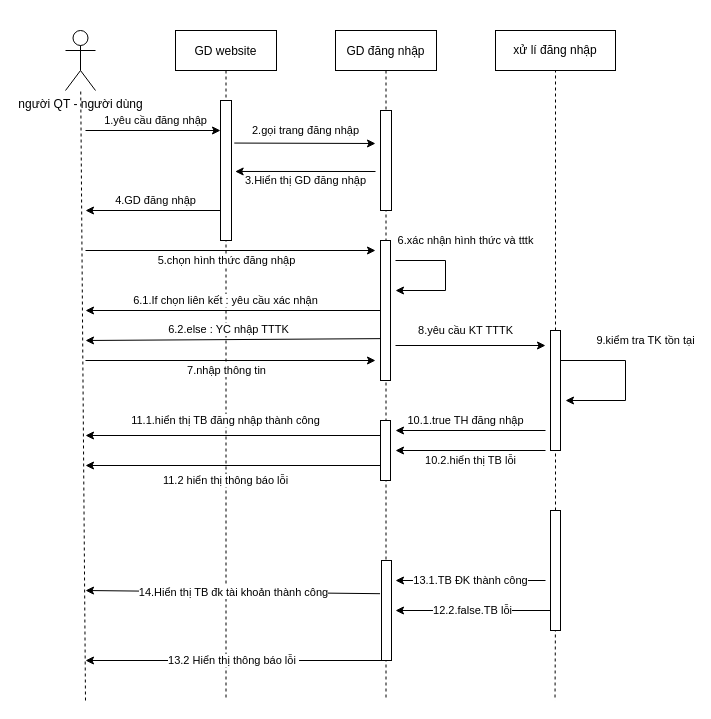
The draw.io diagram page "đăng nhập" (1 of 8) of sequnece.drawio in trucka312/diagram, before the edit. Source tidied: cells renumbered, new cells numbered last; positions are measured from the earlier drawing's top-left corner, leaving out a move shared by most shapes. Both pictures are drawn from the tidied source at 100%, with x=0, y=0 at pixel (65, 30).
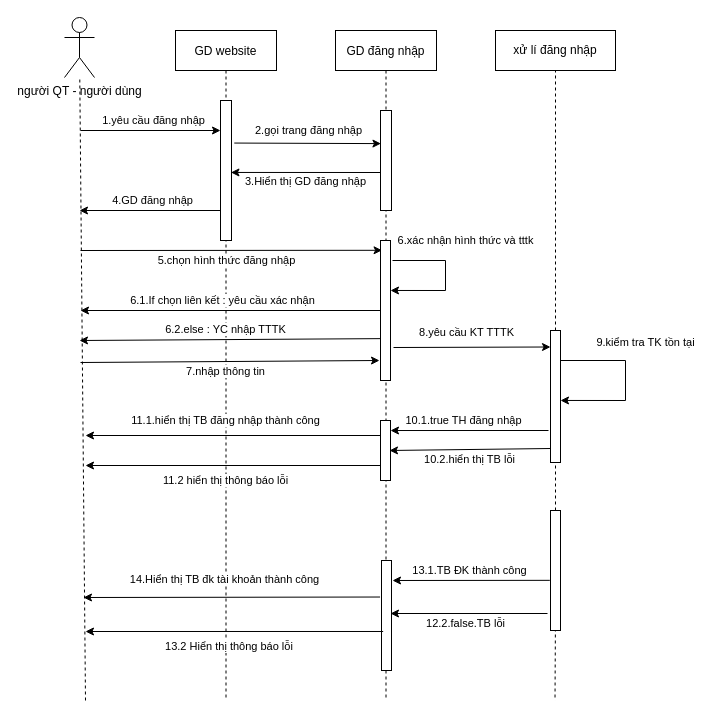
After the change.

The change refers to these unchanged cells:
```xml
<mxCell id="3" style="points=[];perimeter=orthogonalPerimeter;rounded=0;shadow=0;strokeWidth=1;" parent="2" vertex="1">
  <mxGeometry x="45" y="70" width="11" height="140" as="geometry" />
</mxCell>
<mxCell id="4" value="GD đăng nhập" style="shape=umlLifeline;perimeter=lifelinePerimeter;rounded=0;shadow=0;strokeWidth=1;" parent="1" vertex="1">
  <mxGeometry x="270" width="101" height="670" as="geometry" />
</mxCell>
<mxCell id="5" style="points=[];perimeter=orthogonalPerimeter;rounded=0;shadow=0;strokeWidth=1;" parent="4" vertex="1">
  <mxGeometry x="45" y="80" width="11" height="100" as="geometry" />
</mxCell>
<mxCell id="6" style="rounded=0;whiteSpace=wrap;html=1;" parent="4" vertex="1">
  <mxGeometry x="45" y="210" width="10" height="140" as="geometry" />
</mxCell>
<mxCell id="8" style="rounded=0;whiteSpace=wrap;html=1;" parent="4" vertex="1">
  <mxGeometry x="45" y="390" width="10" height="60" as="geometry" />
</mxCell>
<mxCell id="35" style="rounded=0;whiteSpace=wrap;html=1;" parent="1" vertex="1">
  <mxGeometry x="485" y="480" width="10" height="120" as="geometry" />
</mxCell>
```

The edit, as a diff of the source:
```diff
@@
     <mxCell id="7" style="rounded=0;whiteSpace=wrap;html=1;" parent="4" vertex="1">
-      <mxGeometry x="46" y="530" width="10" height="100" as="geometry" />
+      <mxGeometry x="46" y="530" width="10" height="110" as="geometry" />
     </mxCell>
@@
+    <mxCell id="20" value="6.xác nhận hình thức và tttk" style="endArrow=classic;html=1;rounded=0;entryX=1;entryY=0.357;entryDx=0;entryDy=0;entryPerimeter=0;" parent="4" edge="1" target="6">
+      <mxGeometry x="-0.23" y="28" relative="1" as="geometry">
+        <mxPoint x="57" y="230" as="sourcePoint" />
+        <Array as="points">
+          <mxPoint x="110" y="230" />
+          <mxPoint x="110" y="260" />
+        </Array>
+        <mxPoint x="-8" y="-20" as="offset" />
+      </mxGeometry>
+    </mxCell>
     <mxCell id="9" value="người QT - người dùng" style="shape=umlActor;verticalLabelPosition=bottom;verticalAlign=top;html=1;outlineConnect=0;" parent="1" vertex="1">
-      <mxGeometry width="30" height="60" as="geometry" />
+      <mxGeometry x="-1" y="-13" width="30" height="60" as="geometry" />
     </mxCell>
@@
     <mxCell id="11" value="1.yêu cầu đăng nhập" style="endArrow=classic;html=1;rounded=0;" parent="1" edge="1" target="3">
       <mxGeometry x="0.04" y="10" relative="1" as="geometry">
-        <mxPoint x="20" y="100" as="sourcePoint" />
+        <mxPoint x="15" y="100" as="sourcePoint" />
       </mxGeometry>
     </mxCell>
@@
-    <mxCell id="13" value="2.gọi trang đăng nhập" style="endArrow=classic;html=1;rounded=0;exitX=1.253;exitY=0.304;exitDx=0;exitDy=0;exitPerimeter=0;" parent="1" edge="1" source="3">
-      <mxGeometry x="0.01" y="13" relative="1" as="geometry">
-        <mxPoint x="310" y="113" as="targetPoint" />
-      </mxGeometry>
+    <mxCell id="13" value="2.gọi trang đăng nhập" style="endArrow=classic;html=1;rounded=0;exitX=1.253;exitY=0.304;exitDx=0;exitDy=0;exitPerimeter=0;entryX=0.041;entryY=0.331;entryDx=0;entryDy=0;entryPerimeter=0;" parent="1" edge="1" source="3" target="5">
+      <mxGeometry x="0.01" y="13" relative="1" as="geometry" />
     </mxCell>
-    <mxCell id="14" value="3.Hiển thị GD đăng nhập" style="endArrow=classic;html=1;rounded=0;entryX=1.333;entryY=0.507;entryDx=0;entryDy=0;entryPerimeter=0;" parent="1" edge="1" target="3">
-      <mxGeometry y="9" relative="1" as="geometry">
-        <mxPoint x="310" y="141" as="sourcePoint" />
-      </mxGeometry>
+    <mxCell id="14" value="3.Hiển thị GD đăng nhập" style="endArrow=classic;html=1;rounded=0;entryX=0.95;entryY=0.514;entryDx=0;entryDy=0;entryPerimeter=0;exitX=0;exitY=0.62;exitDx=0;exitDy=0;exitPerimeter=0;" parent="1" edge="1" source="5" target="3">
+      <mxGeometry y="9" relative="1" as="geometry" />
     </mxCell>
@@
     <mxCell id="16" value="4.GD đăng nhập" style="endArrow=classic;html=1;rounded=0;" parent="1" edge="1" source="3">
       <mxGeometry x="-0.04" y="-10" relative="1" as="geometry">
-        <mxPoint x="20" y="180" as="targetPoint" />
+        <mxPoint x="14" y="180" as="targetPoint" />
       </mxGeometry>
     </mxCell>
-    <mxCell id="17" value="5.chọn hình thức đăng nhập" style="endArrow=classic;html=1;rounded=0;" parent="1" edge="1">
+    <mxCell id="17" value="5.chọn hình thức đăng nhập" style="endArrow=classic;html=1;rounded=0;entryX=0.156;entryY=0.07;entryDx=0;entryDy=0;entryPerimeter=0;" parent="1" edge="1" target="6">
       <mxGeometry x="-0.03" y="-10" relative="1" as="geometry">
-        <mxPoint x="20" y="220" as="sourcePoint" />
-        <mxPoint x="310" y="220" as="targetPoint" />
+        <mxPoint x="15" y="220" as="sourcePoint" />
       </mxGeometry>
     </mxCell>
     <mxCell id="18" style="rounded=0;whiteSpace=wrap;html=1;" parent="1" vertex="1">
-      <mxGeometry x="485" y="300" width="10" height="120" as="geometry" />
+      <mxGeometry x="485" y="300" width="10" height="132" as="geometry" />
     </mxCell>
@@
-    <mxCell id="20" value="6.xác nhận hình thức và tttk" style="endArrow=classic;html=1;rounded=0;" parent="1" edge="1">
-      <mxGeometry x="-0.23" y="28" relative="1" as="geometry">
-        <mxPoint x="330" y="230" as="sourcePoint" />
-        <mxPoint x="330" y="260" as="targetPoint" />
-        <Array as="points">
-          <mxPoint x="380" y="230" />
-          <mxPoint x="380" y="260" />
-        </Array>
-        <mxPoint x="-8" y="-20" as="offset" />
-      </mxGeometry>
-    </mxCell>
-    <mxCell id="21" value="9.kiểm tra TK tồn tại" style="endArrow=classic;html=1;rounded=0;exitX=1;exitY=0.25;exitDx=0;exitDy=0;" parent="1" edge="1" source="18">
+    <mxCell id="21" value="9.kiểm tra TK tồn tại" style="endArrow=classic;html=1;rounded=0;entryX=1;entryY=0.53;entryDx=0;entryDy=0;entryPerimeter=0;" parent="1" edge="1" target="18">
       <mxGeometry x="-0.21" y="28" relative="1" as="geometry">
-        <mxPoint x="500" y="370" as="targetPoint" />
+        <mxPoint x="495" y="330" as="sourcePoint" />
         <Array as="points">
           <mxPoint x="560" y="330" />
           <mxPoint x="560" y="370" />
         </Array>
         <mxPoint x="-8" y="-20" as="offset" />
       </mxGeometry>
     </mxCell>
-    <mxCell id="22" value="8.yêu cầu KT TTTK" style="endArrow=classic;html=1;rounded=0;" parent="1" edge="1">
+    <mxCell id="22" value="8.yêu cầu KT TTTK" style="endArrow=classic;html=1;rounded=0;entryX=0;entryY=0.125;entryDx=0;entryDy=0;entryPerimeter=0;" parent="1" edge="1" target="18">
       <mxGeometry x="-0.07" y="15" relative="1" as="geometry">
-        <mxPoint x="330" y="315" as="sourcePoint" />
-        <mxPoint x="480" y="315" as="targetPoint" />
+        <mxPoint x="328" y="317" as="sourcePoint" />
       </mxGeometry>
     </mxCell>
-    <mxCell id="23" value="10.1.true TH đăng nhập" style="endArrow=classic;html=1;rounded=0;" parent="1" edge="1">
+    <mxCell id="23" value="10.1.true TH đăng nhập" style="endArrow=classic;html=1;rounded=0;entryX=1;entryY=0.167;entryDx=0;entryDy=0;entryPerimeter=0;" parent="1" edge="1" target="8">
       <mxGeometry x="0.07" y="-10" relative="1" as="geometry">
-        <mxPoint x="480" y="400" as="sourcePoint" />
-        <mxPoint x="330" y="400" as="targetPoint" />
+        <mxPoint x="483" y="400" as="sourcePoint" />
       </mxGeometry>
     </mxCell>
-    <mxCell id="24" value="10.2.hiển thị TB lỗi" style="endArrow=classic;html=1;rounded=0;" parent="1" edge="1">
-      <mxGeometry y="10" relative="1" as="geometry">
-        <mxPoint x="480" y="420" as="sourcePoint" />
-        <mxPoint x="330" y="420" as="targetPoint" />
-      </mxGeometry>
+    <mxCell id="24" value="10.2.hiển thị TB lỗi" style="endArrow=classic;html=1;rounded=0;entryX=0.9;entryY=0.5;entryDx=0;entryDy=0;entryPerimeter=0;exitX=0;exitY=0.894;exitDx=0;exitDy=0;exitPerimeter=0;" parent="1" edge="1" source="18" target="8">
+      <mxGeometry y="10" relative="1" as="geometry" />
     </mxCell>
@@
-    <mxCell id="26" value="12.2.false.TB lỗi" style="endArrow=classic;html=1;rounded=0;exitX=0;exitY=1;exitDx=0;exitDy=0;" parent="1" edge="1">
-      <mxGeometry relative="1" as="geometry">
-        <mxPoint x="485" y="580" as="sourcePoint" />
-        <mxPoint x="330" y="580" as="targetPoint" />
+    <mxCell id="26" value="12.2.false.TB lỗi" style="endArrow=classic;html=1;rounded=0;" parent="1" edge="1">
+      <mxGeometry x="0.05" y="10" relative="1" as="geometry">
+        <mxPoint x="482" y="583" as="sourcePoint" />
+        <mxPoint x="325" y="583" as="targetPoint" />
       </mxGeometry>
     </mxCell>
-    <mxCell id="27" value="13.2 Hiển thị thông báo lỗi&amp;nbsp;" style="endArrow=classic;html=1;rounded=0;exitX=0;exitY=1;exitDx=0;exitDy=0;" parent="1" edge="1" source="7">
-      <mxGeometry relative="1" as="geometry">
-        <mxPoint x="20" y="630" as="targetPoint" />
+    <mxCell id="27" value="13.2 Hiển thị thông báo lỗi&amp;nbsp;" style="endArrow=classic;html=1;rounded=0;exitX=0.472;exitY=0.897;exitDx=0;exitDy=0;exitPerimeter=0;" parent="1" edge="1" source="4">
+      <mxGeometry x="0.03" y="15" relative="1" as="geometry">
+        <mxPoint x="20" y="601" as="targetPoint" />
       </mxGeometry>
     </mxCell>
     <mxCell id="28" value="6.1.If chọn liên kết : yêu cầu xác nhận" style="endArrow=classic;html=1;rounded=0;exitX=0;exitY=0.5;exitDx=0;exitDy=0;" parent="1" edge="1" source="6">
       <mxGeometry x="0.05" y="-10" relative="1" as="geometry">
-        <mxPoint x="20" y="280" as="targetPoint" />
+        <mxPoint x="15" y="280" as="targetPoint" />
       </mxGeometry>
     </mxCell>
     <mxCell id="29" value="6.2.else : YC nhập TTTK" style="endArrow=classic;html=1;rounded=0;exitX=0.044;exitY=0.701;exitDx=0;exitDy=0;exitPerimeter=0;" parent="1" edge="1" source="6">
       <mxGeometry x="0.03" y="-10" relative="1" as="geometry">
-        <mxPoint x="20" y="310" as="targetPoint" />
+        <mxPoint x="14" y="310" as="targetPoint" />
       </mxGeometry>
     </mxCell>
     <mxCell id="30" value="7.nhập thông tin" style="endArrow=classic;html=1;rounded=0;" parent="1" edge="1">
       <mxGeometry x="-0.03" y="-10" relative="1" as="geometry">
-        <mxPoint x="20" y="330" as="sourcePoint" />
-        <mxPoint x="310" y="330" as="targetPoint" />
+        <mxPoint x="15" y="332" as="sourcePoint" />
+        <mxPoint x="314" y="330" as="targetPoint" />
       </mxGeometry>
     </mxCell>
@@
-    <mxCell id="33" value="13.1.TB ĐK thành công" style="endArrow=classic;html=1;rounded=0;" parent="1" edge="1">
-      <mxGeometry relative="1" as="geometry">
-        <mxPoint x="480" y="550" as="sourcePoint" />
-        <mxPoint x="330" y="550" as="targetPoint" />
+    <mxCell id="33" value="13.1.TB ĐK thành công" style="endArrow=classic;html=1;rounded=0;exitX=-0.066;exitY=0.582;exitDx=0;exitDy=0;exitPerimeter=0;" parent="1" edge="1" source="35">
+      <mxGeometry x="0.02" y="-10" relative="1" as="geometry">
+        <mxPoint x="327" y="550" as="targetPoint" />
       </mxGeometry>
     </mxCell>
     <mxCell id="34" value="14.Hiển thị TB đk tài khoản thành công" style="endArrow=classic;html=1;rounded=0;exitX=-0.144;exitY=0.332;exitDx=0;exitDy=0;exitPerimeter=0;" parent="1" edge="1" source="7">
-      <mxGeometry relative="1" as="geometry">
-        <mxPoint x="20" y="560" as="targetPoint" />
+      <mxGeometry x="0.05" y="-18" relative="1" as="geometry">
+        <mxPoint x="18" y="567" as="targetPoint" />
       </mxGeometry>
     </mxCell>
```
